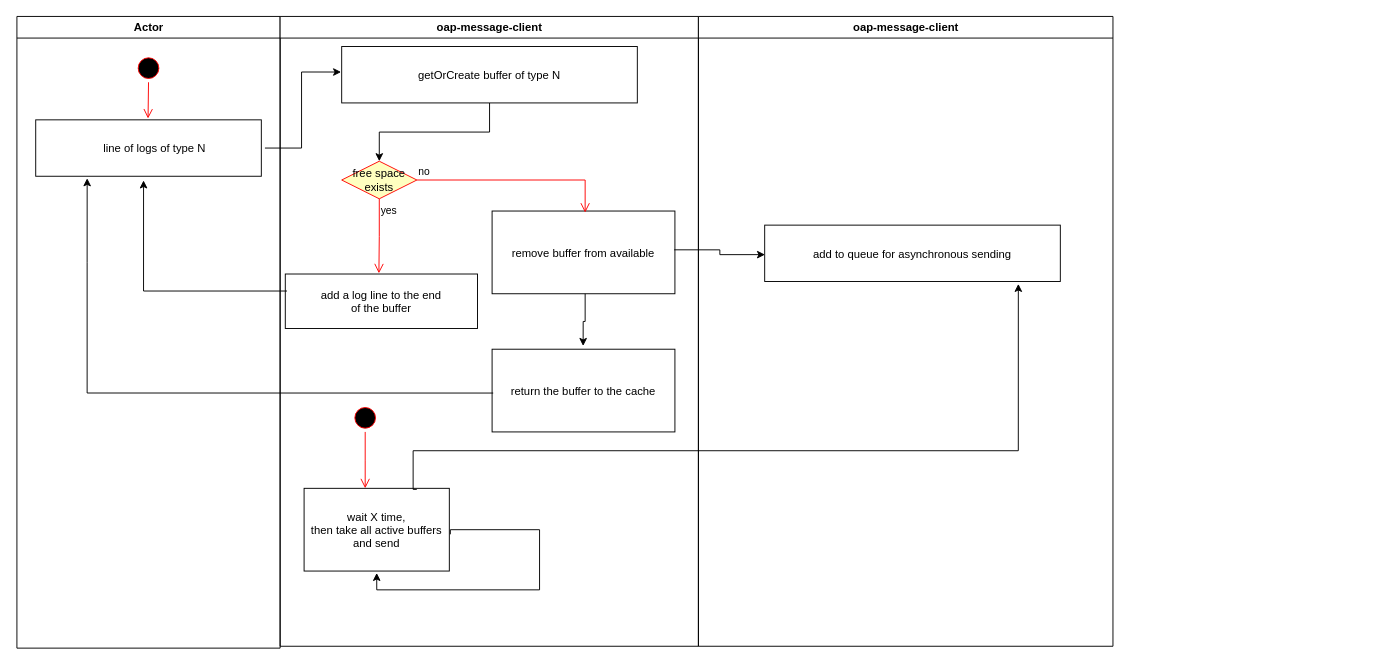
oaplatform/oap-logstream keeps this draw.io diagram as docs/oap-logstream-client.drawio. Above is the earlier version. Source tidied: cells renumbered, new cells numbered last; positions are measured from the earlier drawing's top-left corner, leaving out a move shared by most shapes. Both pictures are drawn from the tidied source at 94%, with x=0, y=0 at pixel (16, 16).
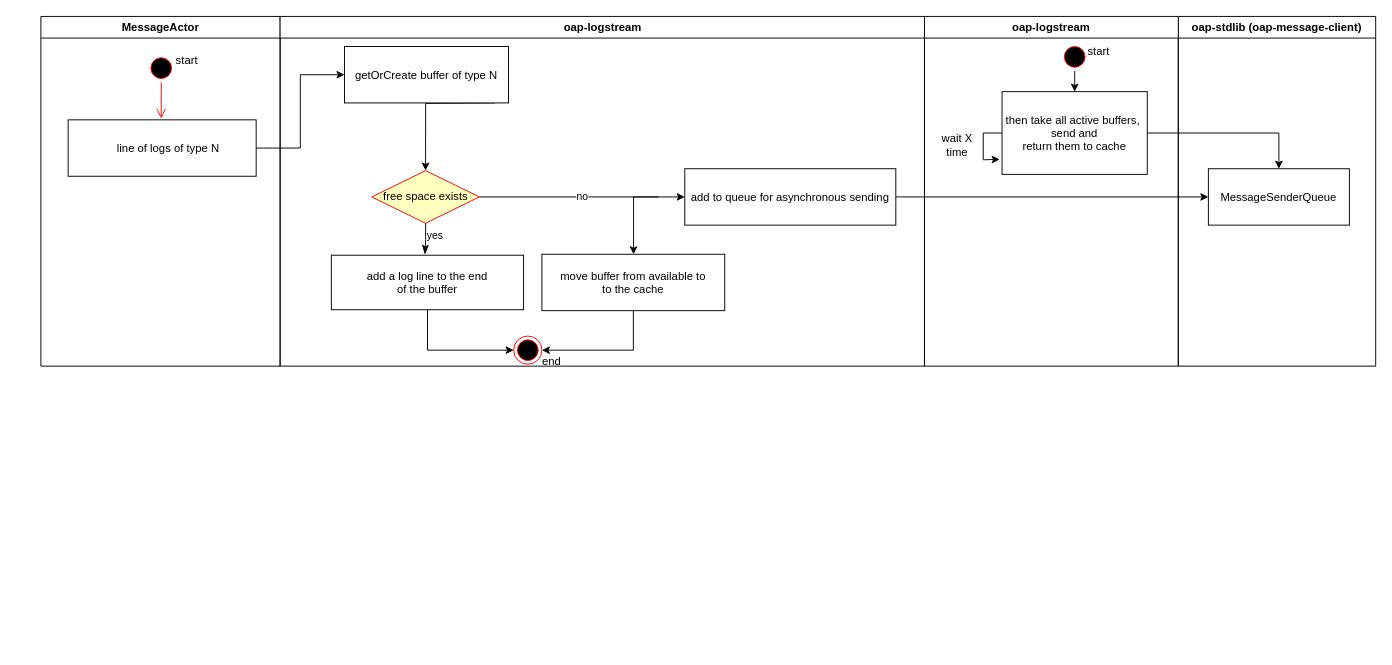
The same diagram, later.

Commit message (it also covers changes not shown here):
OAP-0000: Update logstream client diagram

The edit, as a diff of the source:
```diff
@@
-    <mxCell id="2" value="Actor" style="swimlane;whiteSpace=wrap;" parent="1" vertex="1">
-      <mxGeometry x="0.5" width="280" height="672" as="geometry" />
+    <mxCell id="2" value="MessageActor" style="swimlane;whiteSpace=wrap;" parent="1" vertex="1">
+      <mxGeometry x="26" width="254.5" height="372" as="geometry" />
     </mxCell>
     <mxCell id="3" style="ellipse;shape=startState;fillColor=#000000;strokeColor=#ff0000;" parent="2" vertex="1">
-      <mxGeometry x="125" y="40" width="30" height="30" as="geometry" />
+      <mxGeometry x="113" y="40" width="30" height="30" as="geometry" />
     </mxCell>
@@
     <mxCell id="5" value="    line of logs of type N" parent="2" vertex="1">
-      <mxGeometry x="20" y="110" width="240" height="60" as="geometry" />
+      <mxGeometry x="29" y="110" width="200" height="60" as="geometry" />
     </mxCell>
+    <mxCell id="27" value="start" style="text;html=1;align=center;verticalAlign=middle;strokeColor=none;fillColor=none;" parent="2" vertex="1">
+      <mxGeometry x="130" y="32" width="50" height="30" as="geometry" />
+    </mxCell>
-    <mxCell id="6" value="oap-message-client" style="swimlane;whiteSpace=wrap;fillColor=#FFFFFF;" parent="1" vertex="1">
-      <mxGeometry x="280.5" width="445" height="670" as="geometry" />
+    <mxCell id="6" value="oap-logstream" style="swimlane;whiteSpace=wrap;fillColor=#FFFFFF;" parent="1" vertex="1">
+      <mxGeometry x="280.5" width="685.5" height="372" as="geometry" />
     </mxCell>
-    <mxCell id="7" style="edgeStyle=orthogonalEdgeStyle;rounded=0;jettySize=auto;html=1;entryX=0.5;entryY=0;entryDx=0;entryDy=0;" parent="6" edge="1" source="8" target="9">
-      <mxGeometry relative="1" as="geometry" />
+    <mxCell id="7" style="edgeStyle=orthogonalEdgeStyle;rounded=0;jettySize=auto;html=1;entryX=0.5;entryY=0;entryDx=0;entryDy=0;" parent="6" edge="1" target="9">
+      <mxGeometry relative="1" as="geometry">
+        <mxPoint x="228.8" y="92" as="sourcePoint" />
+      </mxGeometry>
     </mxCell>
     <mxCell id="8" value="getOrCreate buffer of type N" parent="6" vertex="1">
-      <mxGeometry x="65.5" y="32" width="314.5" height="60" as="geometry" />
+      <mxGeometry x="68.5" y="32" width="174.5" height="60" as="geometry" />
     </mxCell>
+    <mxCell id="14" value="no" style="edgeStyle=orthogonalEdgeStyle;rounded=0;jettySize=auto;html=1;entryX=0;entryY=0.5;entryDx=0;entryDy=0;" parent="6" edge="1" source="9" target="21">
+      <mxGeometry relative="1" as="geometry" />
+    </mxCell>
     <mxCell id="9" value="free space exists&lt;br&gt;" style="rhombus;whiteSpace=wrap;html=1;fontColor=#000000;fillColor=#ffffc0;strokeColor=#ff0000;" parent="6" vertex="1">
-      <mxGeometry x="65.5" y="154" width="80" height="40" as="geometry" />
+      <mxGeometry x="97.5" y="164" width="114.5" height="56" as="geometry" />
     </mxCell>
-    <mxCell id="10" value="yes" style="edgeStyle=orthogonalEdgeStyle;html=1;align=left;verticalAlign=top;endArrow=open;endSize=8;strokeColor=#ff0000;rounded=0;entryX=0.487;entryY=-0.012;entryDx=0;entryDy=0;entryPerimeter=0;" parent="6" edge="1" source="9" target="11">
+    <mxCell id="10" value="yes" style="edgeStyle=orthogonalEdgeStyle;html=1;align=left;verticalAlign=top;endArrow=classicThin;endSize=8;strokeColor=#000000;rounded=0;entryX=0.487;entryY=-0.012;entryDx=0;entryDy=0;entryPerimeter=0;endFill=1;" parent="6" edge="1" source="9" target="11">
       <mxGeometry x="-1" relative="1" as="geometry" />
     </mxCell>
+    <mxCell id="28" style="edgeStyle=orthogonalEdgeStyle;rounded=0;jettySize=auto;html=1;entryX=0;entryY=0.5;entryDx=0;entryDy=0;" parent="6" edge="1" source="11" target="31">
+      <mxGeometry relative="1" as="geometry" />
+    </mxCell>
     <mxCell id="11" value="add a log line to the end &#10;of the buffer" parent="6" vertex="1">
-      <mxGeometry x="5.5" y="274" width="204.5" height="58" as="geometry" />
+      <mxGeometry x="54.5" y="254" width="204.5" height="58" as="geometry" />
     </mxCell>
-    <mxCell id="12" style="edgeStyle=orthogonalEdgeStyle;rounded=0;jettySize=auto;html=1;entryX=0.498;entryY=-0.039;entryDx=0;entryDy=0;entryPerimeter=0;exitX=0.509;exitY=0.993;exitDx=0;exitDy=0;exitPerimeter=0;" parent="6" edge="1" source="13" target="15">
-      <mxGeometry relative="1" as="geometry" />
-    </mxCell>
+    <mxCell id="29" style="edgeStyle=orthogonalEdgeStyle;rounded=0;jettySize=auto;html=1;" parent="6" edge="1" target="13">
+      <mxGeometry relative="1" as="geometry">
+        <mxPoint x="402.5" y="192" as="sourcePoint" />
+        <Array as="points">
+          <mxPoint x="376" y="192" />
+        </Array>
+      </mxGeometry>
+    </mxCell>
+    <mxCell id="30" style="edgeStyle=orthogonalEdgeStyle;rounded=0;jettySize=auto;html=1;entryX=1;entryY=0.5;entryDx=0;entryDy=0;" parent="6" edge="1" source="13" target="31">
+      <mxGeometry relative="1" as="geometry" />
+    </mxCell>
-    <mxCell id="13" value="remove buffer from available" parent="6" vertex="1">
-      <mxGeometry x="225.5" y="207" width="194.5" height="88" as="geometry" />
+    <mxCell id="13" value="move buffer from available to&#10;to the cache" parent="6" vertex="1">
+      <mxGeometry x="278.5" y="253" width="194.5" height="60" as="geometry" />
     </mxCell>
-    <mxCell id="14" value="no" style="edgeStyle=orthogonalEdgeStyle;html=1;align=left;verticalAlign=bottom;endArrow=open;endSize=8;strokeColor=#ff0000;rounded=0;entryX=0.509;entryY=0.02;entryDx=0;entryDy=0;entryPerimeter=0;" parent="6" edge="1" source="9" target="13">
-      <mxGeometry x="-1" relative="1" as="geometry" />
-    </mxCell>
-    <mxCell id="15" value="return the buffer to the cache" parent="6" vertex="1">
-      <mxGeometry x="225.5" y="354" width="194.5" height="88" as="geometry" />
-    </mxCell>
-    <mxCell id="16" style="ellipse;html=1;shape=startState;fillColor=#000000;strokeColor=#ff0000;" parent="6" vertex="1">
-      <mxGeometry x="75.5" y="412" width="30" height="30" as="geometry" />
-    </mxCell>
-    <mxCell id="17" style="edgeStyle=orthogonalEdgeStyle;html=1;verticalAlign=bottom;endArrow=open;endSize=8;strokeColor=#ff0000;rounded=0;" parent="6" edge="1" source="16">
-      <mxGeometry relative="1" as="geometry">
-        <mxPoint x="90.5" y="502" as="targetPoint" />
-      </mxGeometry>
-    </mxCell>
+    <mxCell id="21" value="add to queue for asynchronous sending" parent="6" vertex="1">
+      <mxGeometry x="430.5" y="162" width="224.5" height="60" as="geometry" />
+    </mxCell>
+    <mxCell id="31" value="утв" style="ellipse;html=1;shape=endState;fillColor=#000000;strokeColor=#ff0000;" parent="6" vertex="1">
+      <mxGeometry x="248.5" y="340" width="30" height="30" as="geometry" />
+    </mxCell>
+    <mxCell id="32" value="end" style="text;html=1;align=center;verticalAlign=middle;strokeColor=none;fillColor=none;" parent="6" vertex="1">
+      <mxGeometry x="268" y="352" width="40" height="30" as="geometry" />
+    </mxCell>
+    <mxCell id="22" style="edgeStyle=orthogonalEdgeStyle;rounded=0;jettySize=auto;html=1;entryX=0;entryY=0.5;entryDx=0;entryDy=0;" parent="1" edge="1" source="5" target="8">
+      <mxGeometry relative="1" as="geometry" />
+    </mxCell>
+    <mxCell id="33" value="oap-stdlib (oap-message-client)" style="swimlane;whiteSpace=wrap;fillColor=#FFFFFF;" parent="1" vertex="1">
+      <mxGeometry x="1236" width="210" height="372" as="geometry" />
+    </mxCell>
+    <mxCell id="34" value="MessageSenderQueue" style="fontColor=#000000;" parent="33" vertex="1">
+      <mxGeometry x="32" y="162" width="150" height="60" as="geometry" />
+    </mxCell>
+    <mxCell id="35" value="oap-logstream" style="swimlane;whiteSpace=wrap;fillColor=#FFFFFF;" parent="1" vertex="1">
+      <mxGeometry x="966" width="270" height="372" as="geometry" />
+    </mxCell>
+    <mxCell id="36" style="edgeStyle=orthogonalEdgeStyle;rounded=0;orthogonalLoop=1;jettySize=auto;html=1;" parent="35" edge="1">
+      <mxGeometry relative="1" as="geometry">
+        <mxPoint x="-72.5" y="185" as="targetPoint" />
+      </mxGeometry>
+    </mxCell>
+    <mxCell id="37" style="edgeStyle=orthogonalEdgeStyle;rounded=0;jettySize=auto;html=1;" parent="35" edge="1" source="18">
+      <mxGeometry relative="1" as="geometry">
+        <mxPoint x="80" y="152" as="targetPoint" />
+      </mxGeometry>
+    </mxCell>
-    <mxCell id="18" value="wait X time, &#10;then take all active buffers &#10;and send" parent="6" vertex="1">
-      <mxGeometry x="25.5" y="502" width="154.5" height="88" as="geometry" />
+    <mxCell id="18" value="then take all active buffers, &#10;send and &#10;return them to cache" parent="35" vertex="1">
+      <mxGeometry x="82.5" y="80" width="154.5" height="88" as="geometry" />
     </mxCell>
-    <mxCell id="19" style="edgeStyle=orthogonalEdgeStyle;rounded=0;orthogonalLoop=1;jettySize=auto;html=1;entryX=0.5;entryY=1.023;entryDx=0;entryDy=0;entryPerimeter=0;exitX=1.007;exitY=0.556;exitDx=0;exitDy=0;exitPerimeter=0;" parent="6" edge="1" source="18" target="18">
-      <mxGeometry relative="1" as="geometry">
-        <Array as="points">
-          <mxPoint x="181" y="546" />
-          <mxPoint x="276" y="546" />
-          <mxPoint x="276" y="610" />
-          <mxPoint x="103" y="610" />
-        </Array>
-      </mxGeometry>
-    </mxCell>
-    <mxCell id="20" value="oap-message-client" style="swimlane;whiteSpace=wrap;" parent="1" vertex="1">
-      <mxGeometry x="725.5" width="441" height="670" as="geometry" />
-    </mxCell>
-    <mxCell id="21" value="add to queue for asynchronous sending" parent="20" vertex="1">
-      <mxGeometry x="70.5" y="222" width="314.5" height="60" as="geometry" />
-    </mxCell>
-    <mxCell id="22" style="edgeStyle=orthogonalEdgeStyle;rounded=0;jettySize=auto;html=1;entryX=-0.002;entryY=0.452;entryDx=0;entryDy=0;entryPerimeter=0;exitX=1.016;exitY=0.5;exitDx=0;exitDy=0;exitPerimeter=0;" parent="1" edge="1" source="5" target="8">
-      <mxGeometry relative="1" as="geometry" />
-    </mxCell>
-    <mxCell id="23" style="edgeStyle=orthogonalEdgeStyle;rounded=0;jettySize=auto;html=1;entryX=0.478;entryY=1.074;entryDx=0;entryDy=0;entryPerimeter=0;exitX=0.009;exitY=0.312;exitDx=0;exitDy=0;exitPerimeter=0;" parent="1" edge="1" source="11" target="5">
-      <mxGeometry relative="1" as="geometry" />
-    </mxCell>
-    <mxCell id="24" style="edgeStyle=orthogonalEdgeStyle;rounded=0;jettySize=auto;html=1;entryX=0.001;entryY=0.523;entryDx=0;entryDy=0;entryPerimeter=0;exitX=0.996;exitY=0.469;exitDx=0;exitDy=0;exitPerimeter=0;" parent="1" edge="1" source="13" target="21">
-      <mxGeometry relative="1" as="geometry" />
-    </mxCell>
-    <mxCell id="25" style="edgeStyle=orthogonalEdgeStyle;rounded=0;jettySize=auto;html=1;entryX=0.228;entryY=1.036;entryDx=0;entryDy=0;entryPerimeter=0;exitX=0.006;exitY=0.53;exitDx=0;exitDy=0;exitPerimeter=0;" parent="1" edge="1" source="15" target="5">
-      <mxGeometry relative="1" as="geometry" />
-    </mxCell>
-    <mxCell id="26" style="edgeStyle=orthogonalEdgeStyle;rounded=0;jettySize=auto;html=1;entryX=0.858;entryY=1.042;entryDx=0;entryDy=0;entryPerimeter=0;exitX=0.776;exitY=0.013;exitDx=0;exitDy=0;exitPerimeter=0;" parent="1" edge="1" source="18" target="21">
-      <mxGeometry relative="1" as="geometry">
-        <Array as="points">
-          <mxPoint x="422" y="503" />
-          <mxPoint x="422" y="462" />
-          <mxPoint x="1066" y="462" />
-        </Array>
-      </mxGeometry>
-    </mxCell>
+    <mxCell id="38" style="edgeStyle=orthogonalEdgeStyle;rounded=0;jettySize=auto;html=1;" parent="35" edge="1" source="39" target="18">
+      <mxGeometry relative="1" as="geometry" />
+    </mxCell>
+    <mxCell id="39" style="ellipse;shape=startState;fillColor=#000000;strokeColor=#ff0000;" parent="35" vertex="1">
+      <mxGeometry x="144.8" y="28" width="30" height="30" as="geometry" />
+    </mxCell>
+    <mxCell id="40" value="wait X time" style="text;strokeColor=none;align=center;fillColor=none;html=1;verticalAlign=middle;whiteSpace=wrap;rounded=0;" parent="35" vertex="1">
+      <mxGeometry x="5" y="122" width="60" height="30" as="geometry" />
+    </mxCell>
+    <mxCell id="41" value="start" style="text;html=1;align=center;verticalAlign=middle;strokeColor=none;fillColor=none;" parent="35" vertex="1">
+      <mxGeometry x="160" y="22" width="50" height="30" as="geometry" />
+    </mxCell>
+    <mxCell id="42" style="edgeStyle=orthogonalEdgeStyle;rounded=0;jettySize=auto;html=1;entryX=0;entryY=0.5;entryDx=0;entryDy=0;" parent="1" edge="1" source="21" target="34">
+      <mxGeometry relative="1" as="geometry" />
+    </mxCell>
+    <mxCell id="43" style="edgeStyle=orthogonalEdgeStyle;rounded=0;jettySize=auto;html=1;entryX=0.5;entryY=0;entryDx=0;entryDy=0;" parent="1" edge="1" source="18" target="34">
+      <mxGeometry relative="1" as="geometry" />
+    </mxCell>
```
